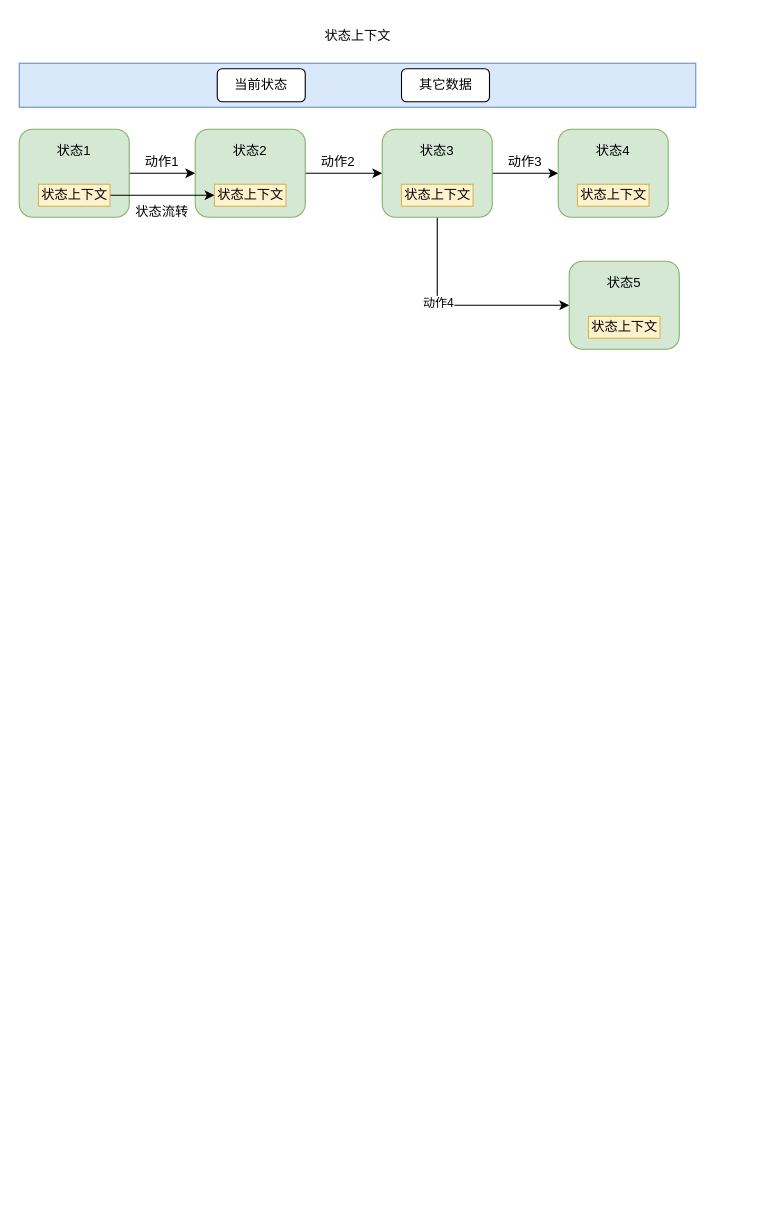
yz19930826/pics keeps this draw.io diagram as 状态模式.drawio. Above is the earlier version. Source tidied: cells renumbered, new cells numbered last; positions are measured from the earlier drawing's top-left corner, leaving out a move shared by most shapes. Both pictures are drawn from the tidied source at 110%, with x=0, y=0 at pixel (19, 19).
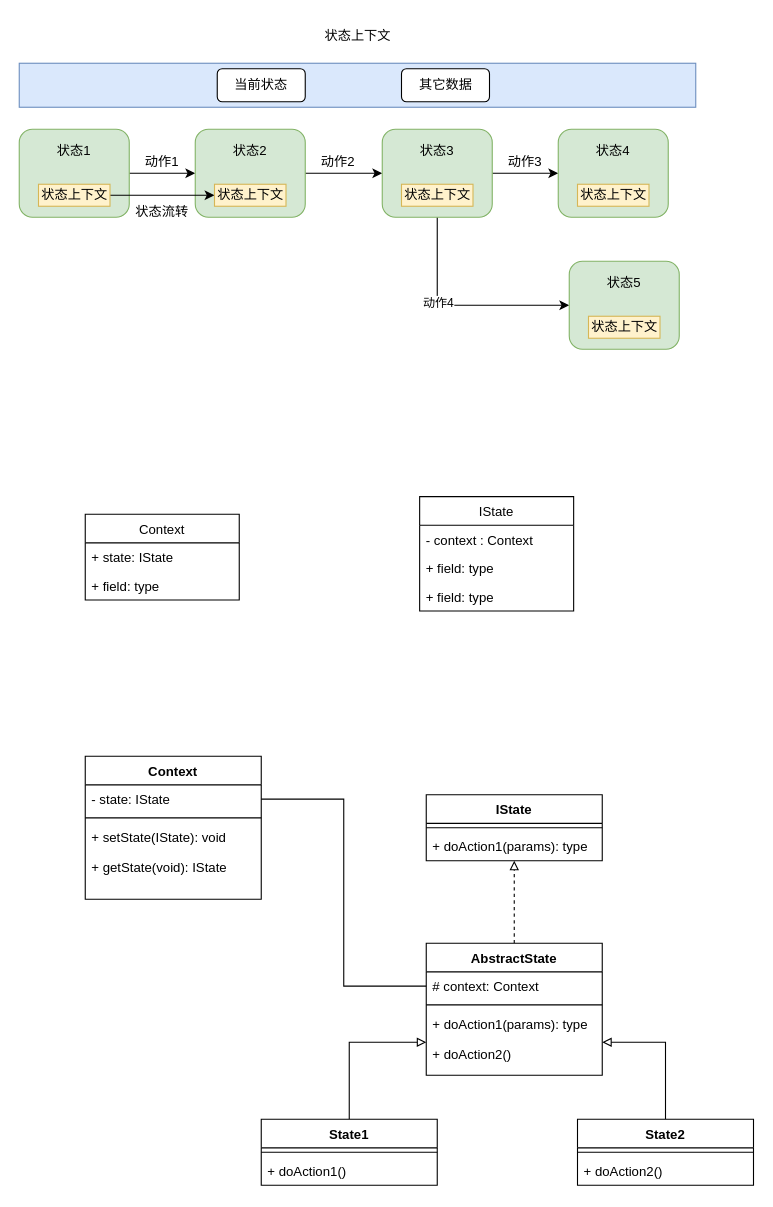
The same diagram, later.

What changed in the source:
```diff
@@
+    <mxCell id="31" value="Context" style="swimlane;fontStyle=0;horizontal=1;startSize=26;fillColor=none;" parent="1" vertex="1">
+      <mxGeometry x="60" y="450" width="140" height="78" as="geometry" />
+    </mxCell>
+    <mxCell id="32" value="+ state: IState" style="text;strokeColor=none;fillColor=none;align=left;verticalAlign=top;spacingLeft=4;spacingRight=4;overflow=hidden;" parent="31" vertex="1">
+      <mxGeometry y="26" width="140" height="26" as="geometry" />
+    </mxCell>
+    <mxCell id="33" value="+ field: type" style="text;strokeColor=none;fillColor=none;align=left;verticalAlign=top;spacingLeft=4;spacingRight=4;overflow=hidden;" parent="31" vertex="1">
+      <mxGeometry y="52" width="140" height="26" as="geometry" />
+    </mxCell>
+    <mxCell id="34" value="IState" style="swimlane;fontStyle=0;horizontal=1;startSize=26;fillColor=none;" parent="1" vertex="1">
+      <mxGeometry x="364" y="434" width="140" height="104" as="geometry" />
+    </mxCell>
+    <mxCell id="35" value="- context : Context " style="text;strokeColor=none;fillColor=none;align=left;verticalAlign=top;spacingLeft=4;spacingRight=4;overflow=hidden;" parent="34" vertex="1">
+      <mxGeometry y="26" width="140" height="26" as="geometry" />
+    </mxCell>
+    <mxCell id="36" value="+ field: type" style="text;strokeColor=none;fillColor=none;align=left;verticalAlign=top;spacingLeft=4;spacingRight=4;overflow=hidden;" parent="34" vertex="1">
+      <mxGeometry y="52" width="140" height="26" as="geometry" />
+    </mxCell>
+    <mxCell id="37" value="+ field: type" style="text;strokeColor=none;fillColor=none;align=left;verticalAlign=top;spacingLeft=4;spacingRight=4;overflow=hidden;" parent="34" vertex="1">
+      <mxGeometry y="78" width="140" height="26" as="geometry" />
+    </mxCell>
+    <mxCell id="38" value="Context" style="swimlane;fontStyle=1;align=center;verticalAlign=top;horizontal=1;startSize=26;" parent="1" vertex="1">
+      <mxGeometry x="60" y="670" width="160" height="130" as="geometry" />
+    </mxCell>
+    <mxCell id="39" value="- state: IState" style="text;strokeColor=none;fillColor=none;align=left;verticalAlign=top;spacingLeft=4;spacingRight=4;overflow=hidden;points=[[0,0.5],[1,0.5]];portConstraint=eastwest;" parent="38" vertex="1">
+      <mxGeometry y="26" width="160" height="26" as="geometry" />
+    </mxCell>
+    <mxCell id="40" style="line;strokeWidth=1;fillColor=none;align=left;verticalAlign=middle;spacingTop=-1;spacingLeft=3;spacingRight=3;labelPosition=right;" parent="38" vertex="1">
+      <mxGeometry y="52" width="160" height="8" as="geometry" />
+    </mxCell>
+    <mxCell id="41" value="+ setState(IState): void&#10;&#10;+ getState(void): IState" style="text;strokeColor=none;fillColor=none;align=left;verticalAlign=top;spacingLeft=4;spacingRight=4;overflow=hidden;" parent="38" vertex="1">
+      <mxGeometry y="60" width="160" height="70" as="geometry" />
+    </mxCell>
+    <mxCell id="42" value="IState" style="swimlane;fontStyle=1;align=center;verticalAlign=top;horizontal=1;startSize=26;" parent="1" vertex="1">
+      <mxGeometry x="370" y="705" width="160" height="60" as="geometry" />
+    </mxCell>
+    <mxCell id="43" style="line;strokeWidth=1;fillColor=none;align=left;verticalAlign=middle;spacingTop=-1;spacingLeft=3;spacingRight=3;labelPosition=right;" parent="42" vertex="1">
+      <mxGeometry y="26" width="160" height="8" as="geometry" />
+    </mxCell>
+    <mxCell id="44" value="+ doAction1(params): type" style="text;strokeColor=none;fillColor=none;align=left;verticalAlign=top;spacingLeft=4;spacingRight=4;overflow=hidden;points=[[0,0.5],[1,0.5]];portConstraint=eastwest;" parent="42" vertex="1">
+      <mxGeometry y="34" width="160" height="26" as="geometry" />
+    </mxCell>
+    <mxCell id="45" style="edgeStyle=orthogonalEdgeStyle;rounded=0;jettySize=auto;html=1;exitX=0.5;exitY=0;exitDx=0;exitDy=0;dashed=1;endArrow=block;endFill=0;" parent="1" edge="1" source="46" target="44">
+      <mxGeometry relative="1" as="geometry">
+        <Array as="points">
+          <mxPoint x="450" y="790" />
+          <mxPoint x="450" y="790" />
+        </Array>
+      </mxGeometry>
+    </mxCell>
+    <mxCell id="46" value="AbstractState" style="swimlane;fontStyle=1;align=center;verticalAlign=top;horizontal=1;startSize=26;" parent="1" vertex="1">
+      <mxGeometry x="370" y="840" width="160" height="120" as="geometry" />
+    </mxCell>
+    <mxCell id="47" value="# context: Context " style="text;strokeColor=none;fillColor=none;align=left;verticalAlign=top;spacingLeft=4;spacingRight=4;overflow=hidden;points=[[0,0.5],[1,0.5]];portConstraint=eastwest;" parent="46" vertex="1">
+      <mxGeometry y="26" width="160" height="26" as="geometry" />
+    </mxCell>
+    <mxCell id="48" style="line;strokeWidth=1;fillColor=none;align=left;verticalAlign=middle;spacingTop=-1;spacingLeft=3;spacingRight=3;labelPosition=right;" parent="46" vertex="1">
+      <mxGeometry y="52" width="160" height="8" as="geometry" />
+    </mxCell>
+    <mxCell id="49" value="+ doAction1(params): type&#10;&#10;+ doAction2()" style="text;strokeColor=none;fillColor=none;align=left;verticalAlign=top;spacingLeft=4;spacingRight=4;overflow=hidden;points=[[0,0.5],[1,0.5]];portConstraint=eastwest;" parent="46" vertex="1">
+      <mxGeometry y="60" width="160" height="60" as="geometry" />
+    </mxCell>
+    <mxCell id="50" style="edgeStyle=orthogonalEdgeStyle;rounded=0;jettySize=auto;html=1;exitX=0.5;exitY=0;exitDx=0;exitDy=0;endArrow=block;endFill=0;" parent="1" edge="1" source="51" target="49">
+      <mxGeometry relative="1" as="geometry" />
+    </mxCell>
+    <mxCell id="51" value="State1" style="swimlane;fontStyle=1;align=center;verticalAlign=top;horizontal=1;startSize=26;" parent="1" vertex="1">
+      <mxGeometry x="220" y="1000" width="160" height="60" as="geometry" />
+    </mxCell>
+    <mxCell id="52" style="line;strokeWidth=1;fillColor=none;align=left;verticalAlign=middle;spacingTop=-1;spacingLeft=3;spacingRight=3;labelPosition=right;" parent="51" vertex="1">
+      <mxGeometry y="26" width="160" height="8" as="geometry" />
+    </mxCell>
+    <mxCell id="53" value="+ doAction1()" style="text;strokeColor=none;fillColor=none;align=left;verticalAlign=top;spacingLeft=4;spacingRight=4;overflow=hidden;" parent="51" vertex="1">
+      <mxGeometry y="34" width="160" height="26" as="geometry" />
+    </mxCell>
+    <mxCell id="54" style="edgeStyle=orthogonalEdgeStyle;rounded=0;jettySize=auto;html=1;exitX=0.5;exitY=0;exitDx=0;exitDy=0;entryX=1;entryY=0.5;entryDx=0;entryDy=0;endArrow=block;endFill=0;" parent="1" edge="1" source="55" target="49">
+      <mxGeometry relative="1" as="geometry" />
+    </mxCell>
+    <mxCell id="55" value="State2" style="swimlane;fontStyle=1;align=center;verticalAlign=top;horizontal=1;startSize=26;" parent="1" vertex="1">
+      <mxGeometry x="507.5" y="1000" width="160" height="60" as="geometry" />
+    </mxCell>
+    <mxCell id="56" style="line;strokeWidth=1;fillColor=none;align=left;verticalAlign=middle;spacingTop=-1;spacingLeft=3;spacingRight=3;labelPosition=right;" parent="55" vertex="1">
+      <mxGeometry y="26" width="160" height="8" as="geometry" />
+    </mxCell>
+    <mxCell id="57" value="+ doAction2()" style="text;strokeColor=none;fillColor=none;align=left;verticalAlign=top;spacingLeft=4;spacingRight=4;overflow=hidden;" parent="55" vertex="1">
+      <mxGeometry y="34" width="160" height="26" as="geometry" />
+    </mxCell>
+    <mxCell id="58" style="edgeStyle=orthogonalEdgeStyle;rounded=0;jettySize=auto;html=1;exitX=1;exitY=0.5;exitDx=0;exitDy=0;entryX=0;entryY=0.5;entryDx=0;entryDy=0;endArrow=none;endFill=0;" parent="1" edge="1" source="39" target="47">
+      <mxGeometry relative="1" as="geometry" />
+    </mxCell>
```
